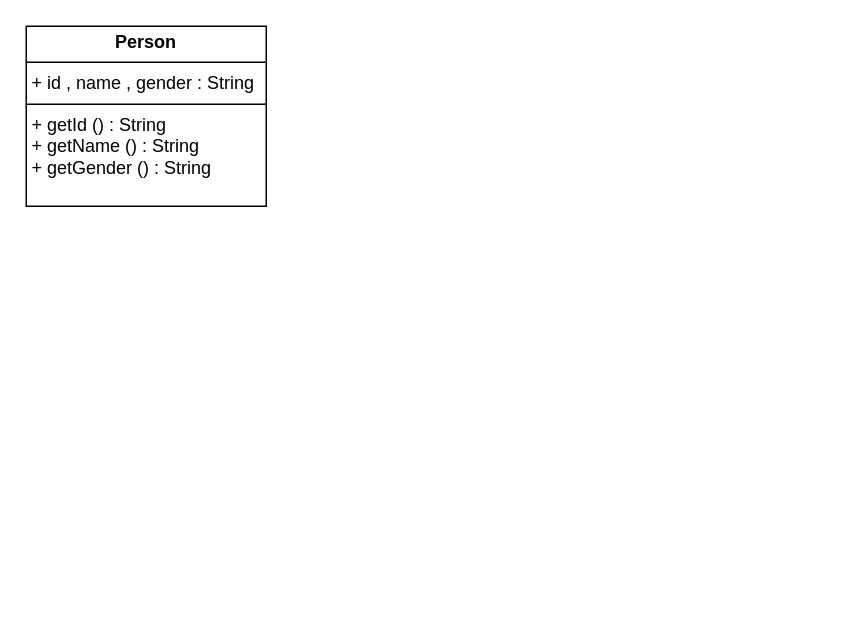
Before: OOSE2.drawio in Supatchai2003/OOSE-, a draw.io diagram. Source tidied: cells renumbered, new cells numbered last; positions are measured from the earlier drawing's top-left corner, leaving out a move shared by most shapes. Both pictures are drawn from the tidied source at 150%, with x=0, y=0 at pixel (26, 26).
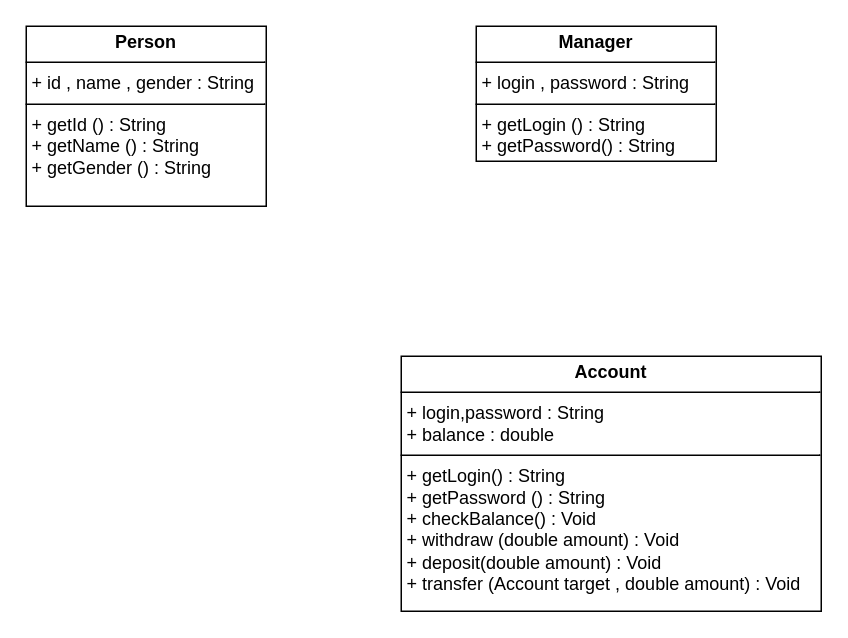
The same page after the edit.

Diff of the diagram source:
```diff
@@
 <mxGraphModel>
   <root>
     <mxCell id="0" />
     <mxCell id="1" parent="0" />
     <mxCell id="2" value="&lt;p style=&quot;margin:0px;margin-top:4px;text-align:center;&quot;&gt;&lt;b&gt;Person&lt;/b&gt;&lt;/p&gt;&lt;hr size=&quot;1&quot; style=&quot;border-style:solid;&quot;&gt;&lt;p style=&quot;margin:0px;margin-left:4px;&quot;&gt;+ id , name , gender : String&lt;/p&gt;&lt;hr size=&quot;1&quot; style=&quot;border-style:solid;&quot;&gt;&lt;p style=&quot;margin:0px;margin-left:4px;&quot;&gt;+ getId () : String&lt;/p&gt;&lt;p style=&quot;margin:0px;margin-left:4px;&quot;&gt;+ getName () : String&lt;/p&gt;&lt;p style=&quot;margin:0px;margin-left:4px;&quot;&gt;+ getGender () : String&lt;/p&gt;" style="verticalAlign=top;align=left;overflow=fill;html=1;whiteSpace=wrap;" parent="1" vertex="1">
       <mxGeometry width="160" height="120" as="geometry" />
     </mxCell>
+    <mxCell id="3" value="&lt;p style=&quot;margin:0px;margin-top:4px;text-align:center;&quot;&gt;&lt;b&gt;Manager&lt;/b&gt;&lt;/p&gt;&lt;hr size=&quot;1&quot; style=&quot;border-style:solid;&quot;&gt;&lt;p style=&quot;margin:0px;margin-left:4px;&quot;&gt;+ login , password : String&lt;/p&gt;&lt;hr size=&quot;1&quot; style=&quot;border-style:solid;&quot;&gt;&lt;p style=&quot;margin:0px;margin-left:4px;&quot;&gt;+ getLogin () : String&lt;/p&gt;&lt;p style=&quot;margin:0px;margin-left:4px;&quot;&gt;+ getPassword() : String&lt;/p&gt;" style="verticalAlign=top;align=left;overflow=fill;html=1;whiteSpace=wrap;" parent="1" vertex="1">
+      <mxGeometry x="300" width="160" height="90" as="geometry" />
+    </mxCell>
+    <mxCell id="4" value="&lt;p style=&quot;margin:0px;margin-top:4px;text-align:center;&quot;&gt;&lt;b&gt;Account&lt;/b&gt;&lt;/p&gt;&lt;hr size=&quot;1&quot; style=&quot;border-style:solid;&quot;&gt;&lt;p style=&quot;margin:0px;margin-left:4px;&quot;&gt;+ login,password : String&lt;/p&gt;&lt;p style=&quot;margin:0px;margin-left:4px;&quot;&gt;+ balance : double&amp;nbsp;&lt;/p&gt;&lt;hr size=&quot;1&quot; style=&quot;border-style:solid;&quot;&gt;&lt;p style=&quot;margin:0px;margin-left:4px;&quot;&gt;+ getLogin() : String&amp;nbsp;&lt;/p&gt;&lt;p style=&quot;margin:0px;margin-left:4px;&quot;&gt;+ getPassword () : String&amp;nbsp;&lt;/p&gt;&lt;p style=&quot;margin:0px;margin-left:4px;&quot;&gt;+ checkBalance() : Void&amp;nbsp;&lt;/p&gt;&lt;p style=&quot;margin:0px;margin-left:4px;&quot;&gt;+ withdraw (double amount) : Void&lt;/p&gt;&lt;p style=&quot;margin:0px;margin-left:4px;&quot;&gt;+ deposit(double amount) : Void&lt;/p&gt;&lt;p style=&quot;margin:0px;margin-left:4px;&quot;&gt;+ transfer (Account target , double amount) : Void&lt;/p&gt;" style="verticalAlign=top;align=left;overflow=fill;html=1;whiteSpace=wrap;" parent="1" vertex="1">
+      <mxGeometry x="250" y="220" width="280" height="170" as="geometry" />
+    </mxCell>
   </root>
 </mxGraphModel>
```
